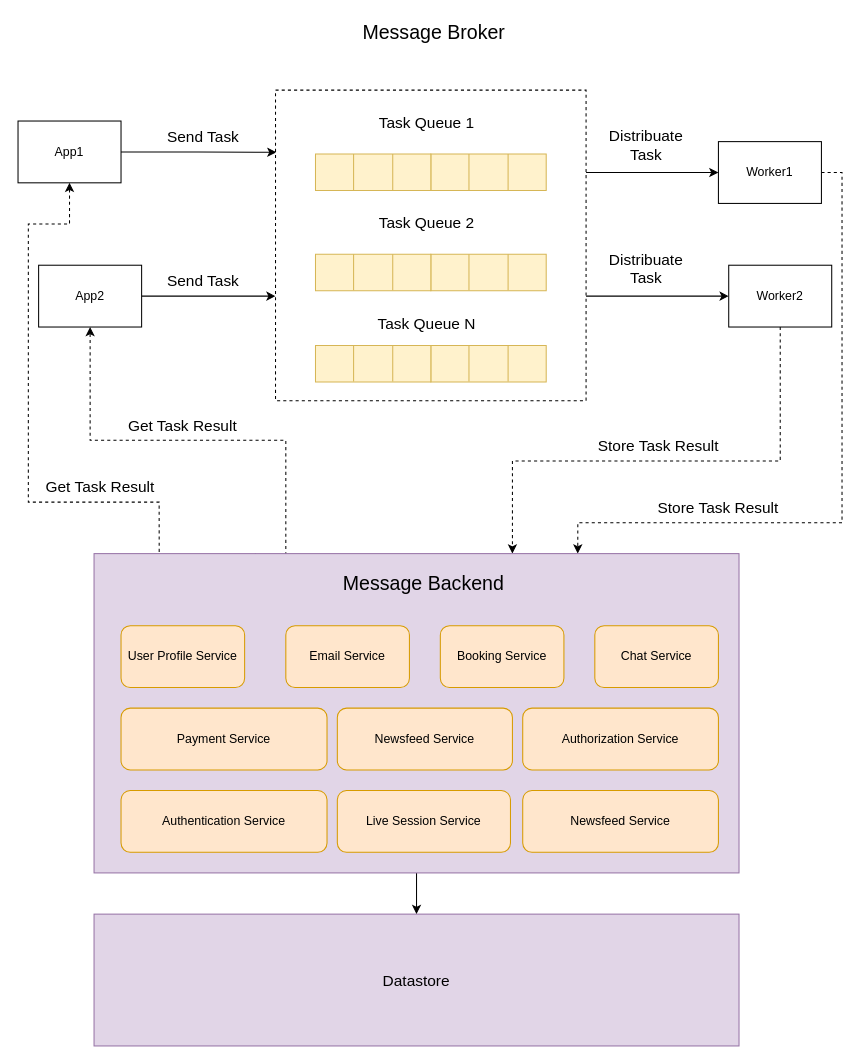
This is Untitled Diagram.drawio from tpsantos2120/unboxit, a draw.io file, before an edit. Source tidied: cells renumbered, new cells numbered last; positions are measured from the earlier drawing's top-left corner, leaving out a move shared by most shapes. Both pictures are drawn from the tidied source at 103%, with x=0, y=0 at pixel (18, 18).
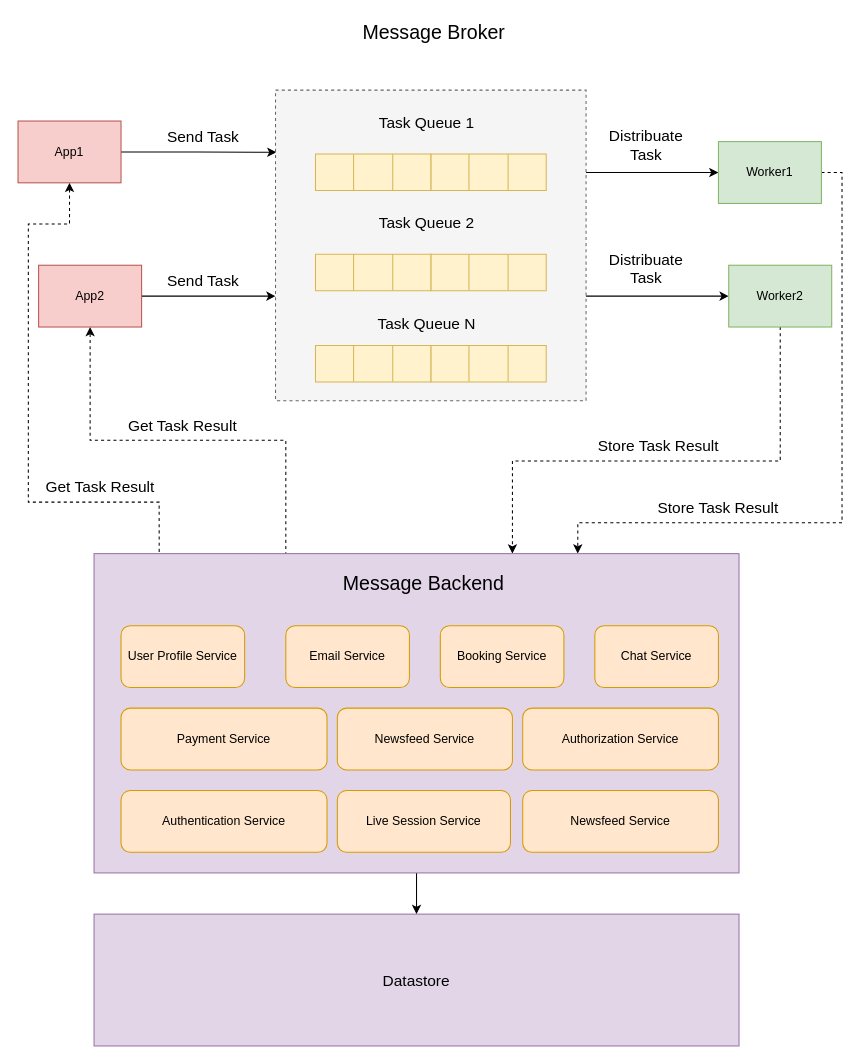
Above is the later version.

Unchanged cells that the change refers to:
```xml
<mxCell id="10" style="group;" parent="1" vertex="1">
  <mxGeometry x="250" y="70" width="301.5" height="310" as="geometry" />
</mxCell>
```

The edit, as a diff of the source:
```diff
@@
-    <mxCell id="6" value="App1" style="rounded=0;whiteSpace=wrap;html=1;" parent="1" vertex="1">
+    <mxCell id="6" value="App1" style="rounded=0;whiteSpace=wrap;html=1;fillColor=#f8cecc;strokeColor=#b85450;" parent="1" vertex="1">
       <mxGeometry y="100" width="100" height="60" as="geometry" />
     </mxCell>
@@
-    <mxCell id="8" value="App2" style="rounded=0;whiteSpace=wrap;html=1;" parent="1" vertex="1">
+    <mxCell id="8" value="App2" style="rounded=0;whiteSpace=wrap;html=1;fillColor=#f8cecc;strokeColor=#b85450;" parent="1" vertex="1">
       <mxGeometry x="20" y="240" width="100" height="60" as="geometry" />
     </mxCell>
@@
-    <mxCell id="11" style="whiteSpace=wrap;html=1;dashed=1;" parent="10" vertex="1">
+    <mxCell id="11" style="whiteSpace=wrap;html=1;dashed=1;fillColor=#f5f5f5;fontColor=#333333;strokeColor=#666666;" parent="10" vertex="1">
       <mxGeometry width="301.5" height="301.5" as="geometry" />
     </mxCell>
@@
-    <mxCell id="47" value="Worker1" style="rounded=0;whiteSpace=wrap;html=1;" parent="1" vertex="1">
+    <mxCell id="47" value="Worker1" style="rounded=0;whiteSpace=wrap;html=1;fillColor=#d5e8d4;strokeColor=#82b366;" parent="1" vertex="1">
       <mxGeometry x="680" y="120" width="100" height="60" as="geometry" />
     </mxCell>
@@
-    <mxCell id="50" value="Worker2" style="rounded=0;whiteSpace=wrap;html=1;" parent="1" vertex="1">
+    <mxCell id="50" value="Worker2" style="rounded=0;whiteSpace=wrap;html=1;fillColor=#d5e8d4;strokeColor=#82b366;" parent="1" vertex="1">
       <mxGeometry x="690" y="240" width="100" height="60" as="geometry" />
     </mxCell>
```
